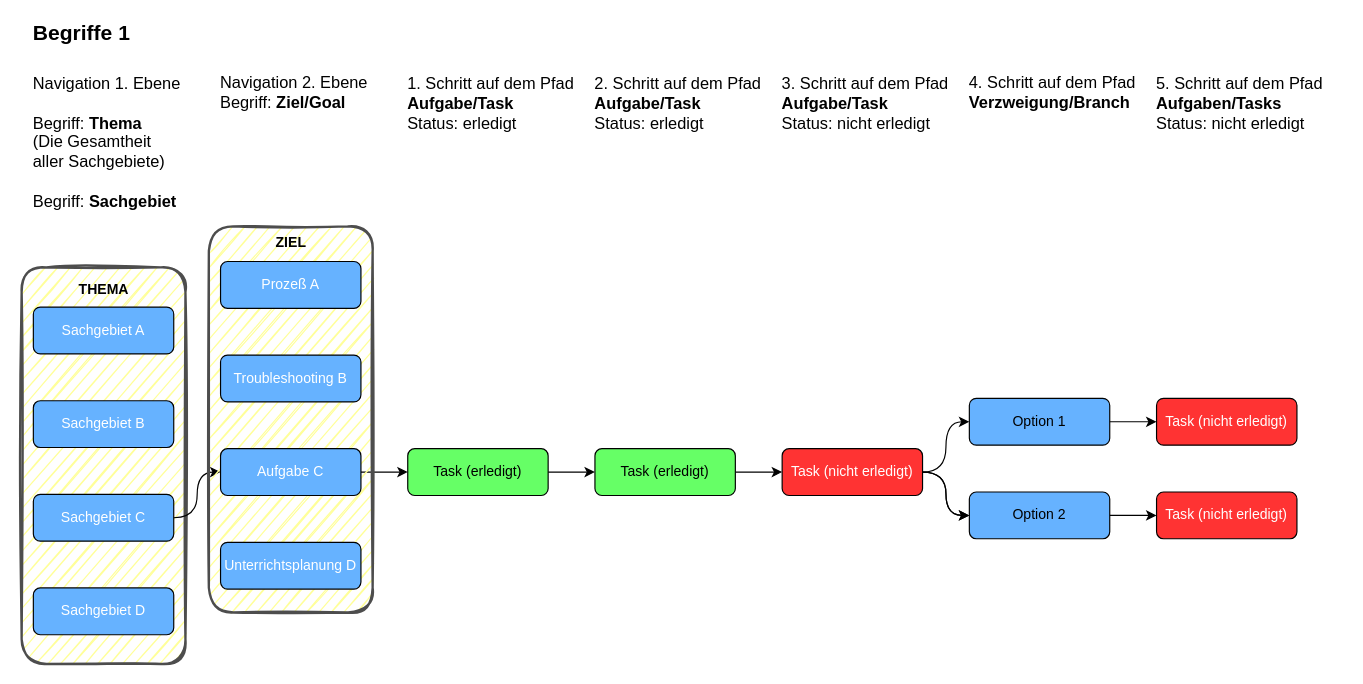
petersell/cardstepper keeps this draw.io diagram as documentation/source/cs-begriffe-01.drawio. Above is the earlier version. Source tidied: cells renumbered, new cells numbered last; positions are measured from the earlier drawing's top-left corner, leaving out a move shared by most shapes. Both pictures are drawn from the tidied source at 117%, with x=0, y=0 at pixel (21, 21).
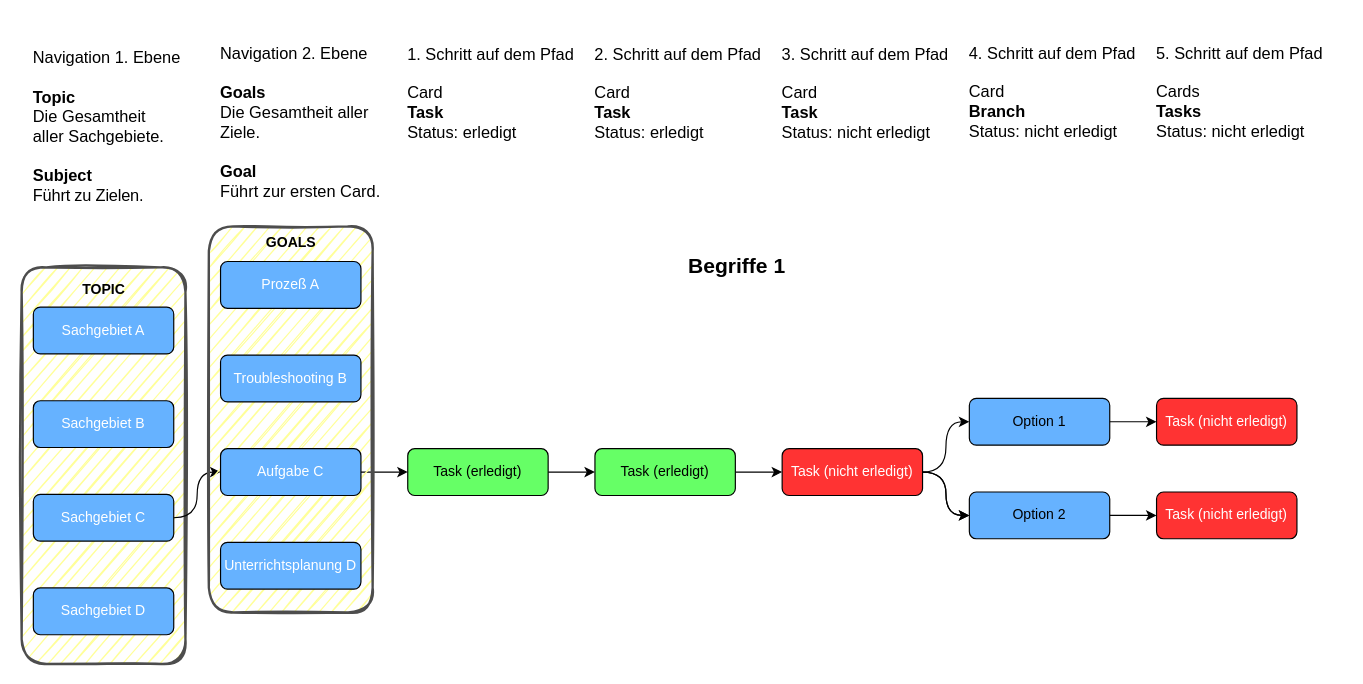
The same page after the edit.

Unchanged cells that the change refers to:
```xml
<mxCell id="23" style="group;" parent="1" vertex="1">
  <mxGeometry x="170" y="205" width="140" height="300" as="geometry" />
</mxCell>
```

The edit, as a diff of the source:
```diff
@@
-    <mxCell id="4" value="Navigation 1. Ebene&lt;br style=&quot;font-size: 14px&quot;&gt;&lt;br&gt;Begriff: &lt;b&gt;Thema&lt;/b&gt;&lt;br&gt;(Die Gesamtheit&lt;br&gt;aller Sachgebiete)&lt;br&gt;&lt;br&gt;Begriff: &lt;b&gt;Sachgebiet&lt;/b&gt;" style="text;html=1;align=left;verticalAlign=top;fontSize=14;spacingTop=0;spacing=0;labelPosition=center;verticalLabelPosition=middle;noLabel=0;imageWidth=15;imageAspect=0;overflow=visible;" parent="1" vertex="1">
-      <mxGeometry x="10" y="40" width="175" height="150" as="geometry" />
+    <mxCell id="4" value="Navigation 1. Ebene&lt;br style=&quot;font-size: 14px&quot;&gt;&lt;br&gt;&lt;b&gt;Topic&lt;/b&gt;&lt;br&gt;Die Gesamtheit&lt;br&gt;aller Sachgebiete.&lt;br&gt;&lt;br&gt;&lt;b&gt;Subject&lt;br&gt;&lt;/b&gt;&lt;span style=&quot;letter-spacing: -0.17px&quot;&gt;&lt;font style=&quot;font-size: 14px&quot;&gt;Führt zu Zielen.&lt;/font&gt;&lt;/span&gt;&lt;b&gt;&lt;br&gt;&lt;/b&gt;" style="text;html=1;align=left;verticalAlign=top;fontSize=14;spacingTop=0;spacing=0;labelPosition=center;verticalLabelPosition=middle;noLabel=0;imageWidth=24;imageAspect=0;overflow=visible;fillColor=#ffffff;opacity=0;" parent="1" vertex="1">
+      <mxGeometry x="10" y="18" width="175" height="150" as="geometry" />
     </mxCell>
-    <mxCell id="5" value="Navigation 2. Ebene&lt;br style=&quot;font-size: 14px&quot;&gt;Begriff: &lt;b&gt;Ziel/Goal&lt;/b&gt;" style="text;html=1;align=left;verticalAlign=middle;fontSize=14;spacing=0;" parent="1" vertex="1">
-      <mxGeometry x="170" y="40" width="140" height="40" as="geometry" />
+    <mxCell id="5" value="Navigation 2. Ebene&lt;br style=&quot;font-size: 14px&quot;&gt;&lt;b&gt;&lt;br&gt;Goals&lt;/b&gt;&lt;br&gt;Die Gesamtheit aller&lt;br&gt;Ziele.&lt;br&gt;&lt;br&gt;&lt;b&gt;Goal&lt;/b&gt;&lt;br&gt;Führt zur ersten Card." style="text;html=1;align=left;verticalAlign=middle;fontSize=14;spacing=0;" parent="1" vertex="1">
+      <mxGeometry x="170" y="16" width="150" height="140" as="geometry" />
     </mxCell>
@@
-    <mxCell id="17" value="1. Schritt auf dem Pfad&lt;br style=&quot;font-size: 14px&quot;&gt;&lt;b&gt;Aufgabe/Task&lt;/b&gt;&lt;br style=&quot;font-size: 14px&quot;&gt;Status: erledigt" style="text;html=1;align=left;verticalAlign=middle;fontSize=14;spacing=0;" parent="1" vertex="1">
-      <mxGeometry x="330" y="40" width="160" height="60" as="geometry" />
+    <mxCell id="17" value="1. Schritt auf dem Pfad&lt;br&gt;&lt;br&gt;Card&lt;br style=&quot;font-size: 14px&quot;&gt;&lt;b&gt;Task&lt;/b&gt;&lt;br style=&quot;font-size: 14px&quot;&gt;Status: erledigt" style="text;html=1;align=left;verticalAlign=middle;fontSize=14;spacing=0;" parent="1" vertex="1">
+      <mxGeometry x="330" y="16" width="160" height="90" as="geometry" />
     </mxCell>
-    <mxCell id="18" value="2. Schritt auf dem Pfad&lt;br style=&quot;font-size: 14px&quot;&gt;&lt;b&gt;Aufgabe/Task&lt;/b&gt;&lt;br style=&quot;font-size: 14px&quot;&gt;Status: erledigt" style="text;html=1;align=left;verticalAlign=middle;fontSize=14;spacing=0;" parent="1" vertex="1">
-      <mxGeometry x="490" y="40" width="160" height="60" as="geometry" />
+    <mxCell id="18" value="2. Schritt auf dem Pfad&lt;br&gt;&lt;br&gt;Card&lt;br style=&quot;font-size: 14px&quot;&gt;&lt;b&gt;Task&lt;/b&gt;&lt;br style=&quot;font-size: 14px&quot;&gt;Status: erledigt" style="text;html=1;align=left;verticalAlign=middle;fontSize=14;spacing=0;" parent="1" vertex="1">
+      <mxGeometry x="490" y="16" width="160" height="90" as="geometry" />
     </mxCell>
-    <mxCell id="19" value="3. Schritt auf dem Pfad&lt;br style=&quot;font-size: 14px&quot;&gt;&lt;b&gt;Aufgabe/Task&lt;/b&gt;&lt;br style=&quot;font-size: 14px&quot;&gt;Status: nicht erledigt" style="text;html=1;align=left;verticalAlign=middle;fontSize=14;spacing=0;" parent="1" vertex="1">
-      <mxGeometry x="650" y="40" width="160" height="60" as="geometry" />
+    <mxCell id="19" value="3. Schritt auf dem Pfad&lt;br&gt;&lt;br&gt;Card&lt;br style=&quot;font-size: 14px&quot;&gt;&lt;b&gt;Task&lt;/b&gt;&lt;br style=&quot;font-size: 14px&quot;&gt;Status: nicht erledigt" style="text;html=1;align=left;verticalAlign=middle;fontSize=14;spacing=0;" parent="1" vertex="1">
+      <mxGeometry x="650" y="16" width="160" height="90" as="geometry" />
     </mxCell>
-    <mxCell id="20" value="4. Schritt auf dem Pfad&lt;br style=&quot;font-size: 14px&quot;&gt;&lt;b&gt;Verzweigung/Branch&lt;/b&gt;" style="text;html=1;align=left;verticalAlign=middle;fontSize=14;spacing=0;" parent="1" vertex="1">
-      <mxGeometry x="810" y="40" width="160" height="40" as="geometry" />
+    <mxCell id="20" value="4. Schritt auf dem Pfad&lt;br&gt;&lt;br&gt;Card&lt;br style=&quot;font-size: 14px&quot;&gt;&lt;b&gt;Branch&lt;/b&gt;&lt;br&gt;Status: nicht erledigt" style="text;html=1;align=left;verticalAlign=middle;fontSize=14;spacing=0;" parent="1" vertex="1">
+      <mxGeometry x="810" y="15" width="160" height="90" as="geometry" />
     </mxCell>
-    <mxCell id="21" value="5. Schritt auf dem Pfad&lt;br style=&quot;font-size: 14px&quot;&gt;&lt;b&gt;Aufgaben/Tasks&lt;/b&gt;&lt;br style=&quot;font-size: 14px&quot;&gt;Status: nicht erledigt" style="text;html=1;align=left;verticalAlign=middle;fontSize=14;spacing=0;" parent="1" vertex="1">
-      <mxGeometry x="970" y="40" width="160" height="60" as="geometry" />
+    <mxCell id="21" value="5. Schritt auf dem Pfad&lt;br&gt;&lt;br&gt;Cards&lt;br style=&quot;font-size: 14px&quot;&gt;&lt;b&gt;Tasks&lt;/b&gt;&lt;br style=&quot;font-size: 14px&quot;&gt;Status: nicht erledigt" style="text;html=1;align=left;verticalAlign=middle;fontSize=14;spacing=0;" parent="1" vertex="1">
+      <mxGeometry x="970" y="15" width="160" height="90" as="geometry" />
     </mxCell>
     <mxCell id="22" value="&lt;font style=&quot;font-size: 18px&quot;&gt;&lt;b&gt;Begriffe 1&lt;/b&gt;&lt;/font&gt;" style="text;html=1;align=left;verticalAlign=middle;spacing=0;" parent="1" vertex="1">
-      <mxGeometry x="10" width="100" height="20" as="geometry" />
+      <mxGeometry x="570" y="199" width="100" height="20" as="geometry" />
     </mxCell>
@@
-    <mxCell id="29" value="ZIEL" style="text;html=1;align=center;verticalAlign=middle;fontStyle=1;" parent="23" vertex="1">
-      <mxGeometry x="40" y="-26" width="40" height="20" as="geometry" />
+    <mxCell id="29" value="GOALS" style="text;html=1;align=center;verticalAlign=middle;fontStyle=1;" parent="23" vertex="1">
+      <mxGeometry x="30" y="-26" width="60" height="20" as="geometry" />
     </mxCell>
@@
-    <mxCell id="40" value="THEMA" style="text;html=1;align=center;verticalAlign=middle;fontStyle=1;" parent="1" vertex="1">
-      <mxGeometry x="40" y="219" width="60" height="20" as="geometry" />
+    <mxCell id="40" value="TOPIC" style="text;html=1;align=center;verticalAlign=middle;fontStyle=1;" parent="1" vertex="1">
+      <mxGeometry x="45" y="219" width="50" height="20" as="geometry" />
     </mxCell>
```
